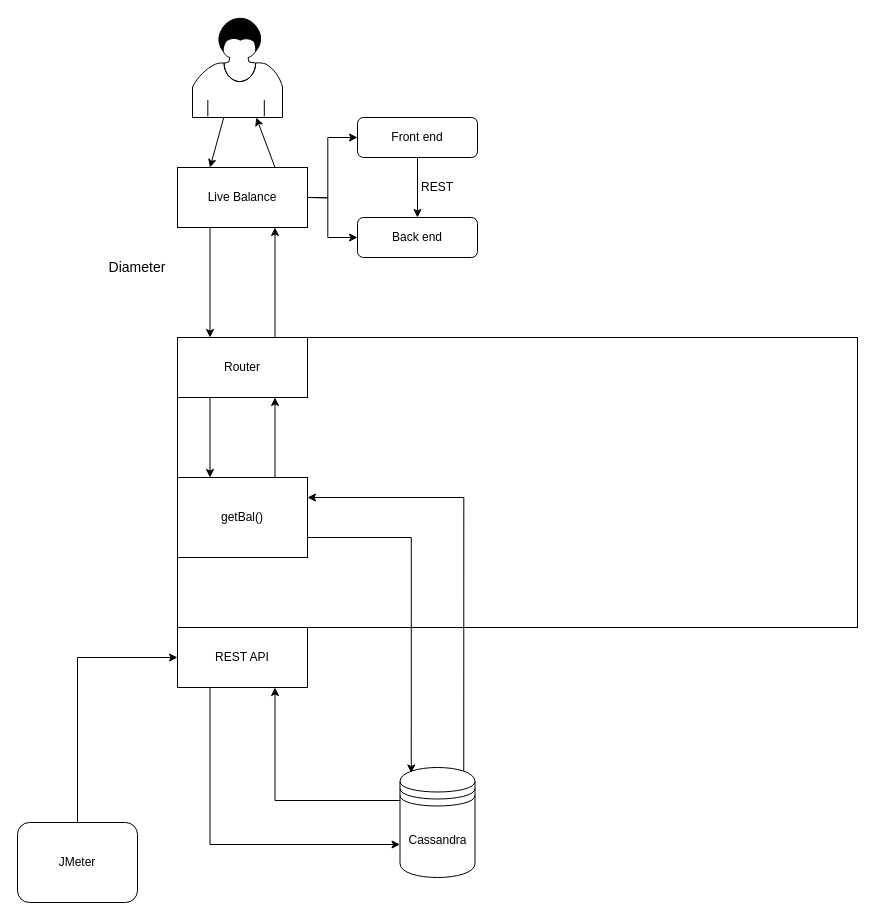
Above: Diagram.drawio in nceduc/DiameterProject (draw.io), before the change. Source tidied: cells renumbered, new cells numbered last; positions are measured from the earlier drawing's top-left corner, leaving out a move shared by most shapes. Both pictures are drawn from the tidied source at 100%, with x=0, y=0 at pixel (17, 17).
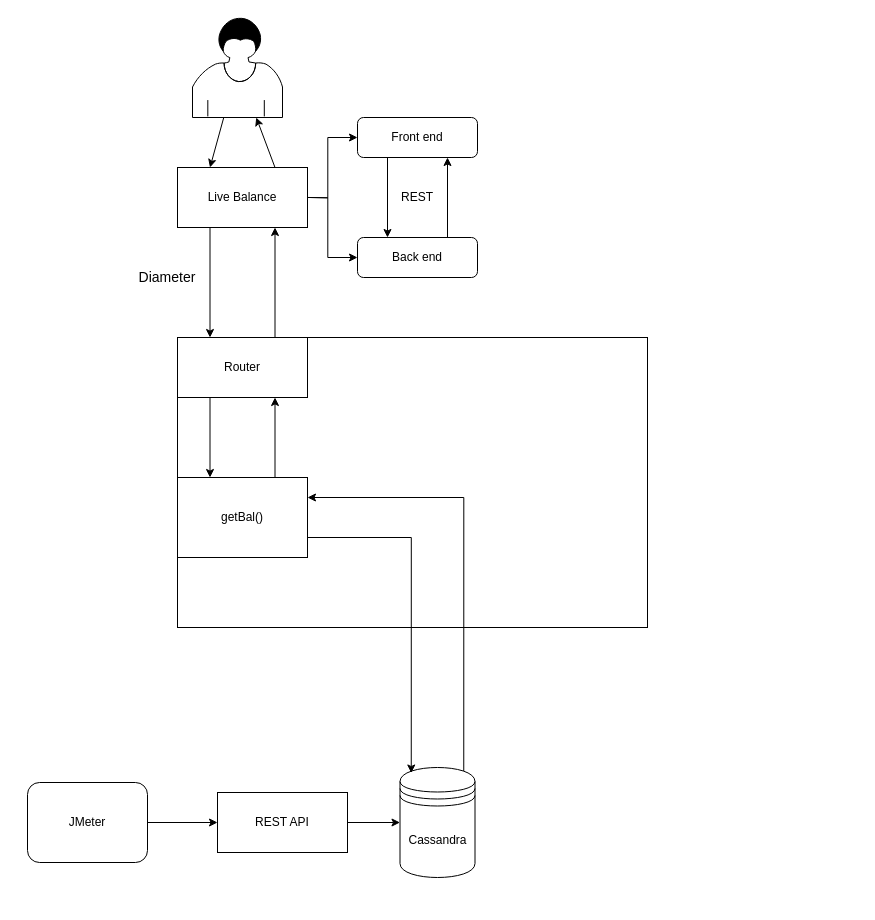
After the change.

Unchanged cells that the change refers to:
```xml
<mxCell id="5" value="Front end&lt;br&gt;" style="shape=ext;rounded=1;html=1;whiteSpace=wrap;" parent="1" vertex="1">
  <mxGeometry x="340" y="100" width="120" height="40" as="geometry" />
</mxCell>
<mxCell id="14" value="Cassandra" style="shape=datastore;whiteSpace=wrap;html=1;" parent="1" vertex="1">
  <mxGeometry x="382.5" y="750" width="75" height="110" as="geometry" />
</mxCell>
```

What changed in the source:
```diff
@@
     <mxCell id="2" style="rounded=0;whiteSpace=wrap;html=1;" parent="1" vertex="1">
-      <mxGeometry x="160" y="320" width="680" height="290" as="geometry" />
+      <mxGeometry x="160" y="320" width="470" height="290" as="geometry" />
     </mxCell>
@@
-    <mxCell id="4" style="edgeStyle=orthogonalEdgeStyle;rounded=0;jettySize=auto;html=1;exitX=0.5;exitY=1;exitDx=0;exitDy=0;entryX=0.5;entryY=0;entryDx=0;entryDy=0;" parent="1" edge="1" source="5" target="6">
+    <mxCell id="4" style="edgeStyle=orthogonalEdgeStyle;rounded=0;jettySize=auto;html=1;exitX=0.25;exitY=1;exitDx=0;exitDy=0;entryX=0.25;entryY=0;entryDx=0;entryDy=0;" parent="1" edge="1" source="5" target="6">
       <mxGeometry relative="1" as="geometry" />
     </mxCell>
@@
+    <mxCell id="28" style="edgeStyle=orthogonalEdgeStyle;rounded=0;jettySize=auto;html=1;exitX=0.75;exitY=0;exitDx=0;exitDy=0;entryX=0.75;entryY=1;entryDx=0;entryDy=0;" parent="1" edge="1" source="6" target="5">
+      <mxGeometry relative="1" as="geometry" />
+    </mxCell>
     <mxCell id="6" value="Back end" style="shape=ext;rounded=1;html=1;whiteSpace=wrap;" parent="1" vertex="1">
-      <mxGeometry x="340" y="200" width="120" height="40" as="geometry" />
+      <mxGeometry x="340" y="220" width="120" height="40" as="geometry" />
     </mxCell>
@@
     <mxCell id="9" value="&lt;font style=&quot;font-size: 14px&quot;&gt;Diameter&lt;/font&gt;" style="text;html=1;strokeColor=none;fillColor=none;align=center;verticalAlign=middle;whiteSpace=wrap;rounded=0;" parent="1" vertex="1">
-      <mxGeometry x="60" y="230" width="120" height="40" as="geometry" />
+      <mxGeometry x="90" y="240" width="120" height="40" as="geometry" />
     </mxCell>
-    <mxCell id="10" style="edgeStyle=orthogonalEdgeStyle;rounded=0;jettySize=auto;html=1;exitX=0.5;exitY=0;exitDx=0;exitDy=0;entryX=0;entryY=0.5;entryDx=0;entryDy=0;" parent="1" edge="1" source="11" target="19">
+    <mxCell id="10" style="edgeStyle=orthogonalEdgeStyle;rounded=0;jettySize=auto;html=1;exitX=1;exitY=0.5;exitDx=0;exitDy=0;entryX=0;entryY=0.5;entryDx=0;entryDy=0;" parent="1" edge="1" source="11" target="19">
       <mxGeometry relative="1" as="geometry" />
     </mxCell>
     <mxCell id="11" value="JMeter" style="shape=ext;rounded=1;html=1;whiteSpace=wrap;" parent="1" vertex="1">
-      <mxGeometry y="805" width="120" height="80" as="geometry" />
+      <mxGeometry x="10" y="765" width="120" height="80" as="geometry" />
     </mxCell>
-    <mxCell id="12" style="edgeStyle=orthogonalEdgeStyle;rounded=0;jettySize=auto;html=1;exitX=0;exitY=0.3;exitDx=0;exitDy=0;entryX=0.75;entryY=1;entryDx=0;entryDy=0;" parent="1" edge="1" source="14" target="19">
-      <mxGeometry relative="1" as="geometry" />
-    </mxCell>
@@
     <mxCell id="15" value="REST" style="text;html=1;strokeColor=none;fillColor=none;align=center;verticalAlign=middle;whiteSpace=wrap;rounded=0;" parent="1" vertex="1">
-      <mxGeometry x="400" y="160" width="40" height="20" as="geometry" />
+      <mxGeometry x="370" y="165" width="60" height="30" as="geometry" />
     </mxCell>
@@
-    <mxCell id="18" style="edgeStyle=orthogonalEdgeStyle;rounded=0;jettySize=auto;html=1;exitX=0.25;exitY=1;exitDx=0;exitDy=0;entryX=0;entryY=0.7;entryDx=0;entryDy=0;" parent="1" edge="1" source="19" target="14">
+    <mxCell id="18" style="edgeStyle=orthogonalEdgeStyle;rounded=0;jettySize=auto;html=1;exitX=1;exitY=0.5;exitDx=0;exitDy=0;entryX=0;entryY=0.5;entryDx=0;entryDy=0;" parent="1" edge="1" source="19" target="14">
       <mxGeometry relative="1" as="geometry" />
     </mxCell>
     <mxCell id="19" value="REST API&lt;br&gt;" style="rounded=0;whiteSpace=wrap;html=1;" parent="1" vertex="1">
-      <mxGeometry x="160" y="610" width="130" height="60" as="geometry" />
+      <mxGeometry x="200" y="775" width="130" height="60" as="geometry" />
     </mxCell>
```
